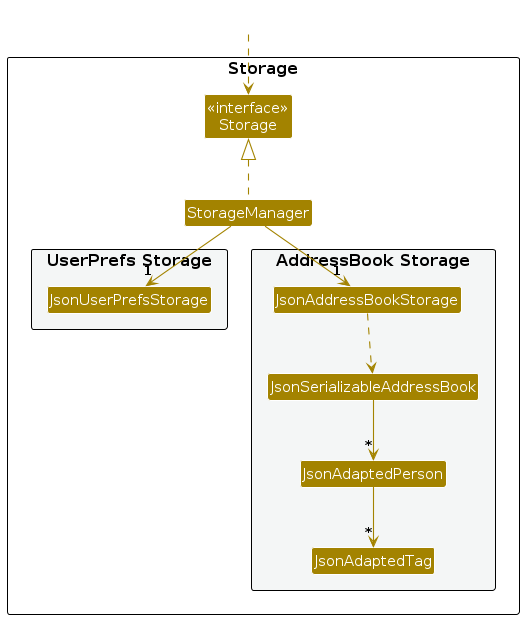
Above: diagrams/StorageClassDiagram.png in AY2627S1-CS2103T-F15-2/tp (PlantUML), before the change. Its source is kept beside it as diagrams/StorageClassDiagram.puml.
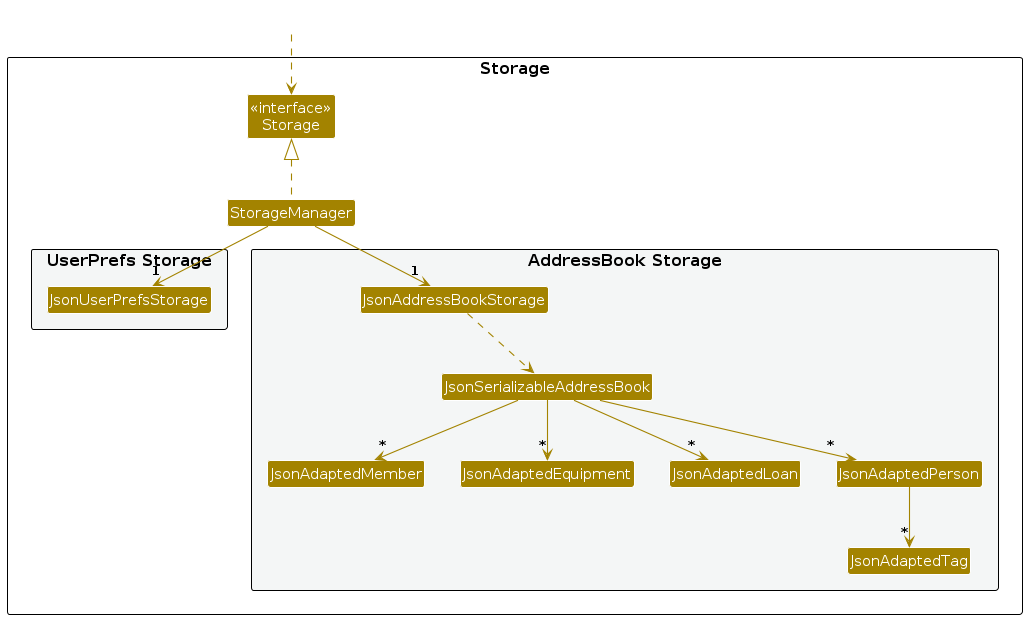
Later version of the same file.

Diff of the diagram source:
```diff
@@ -16,6 +16,9 @@
 package "AddressBook Storage" #F4F6F6{
 Class JsonAddressBookStorage
 Class JsonSerializableAddressBook
+Class JsonAdaptedMember
+Class JsonAdaptedEquipment
+Class JsonAdaptedLoan
 Class JsonAdaptedPerson
 Class JsonAdaptedTag
 }
@@ -30,6 +33,9 @@
 StorageManager -down-> "1" JsonAddressBookStorage
 
 JsonAddressBookStorage ..> JsonSerializableAddressBook
+JsonSerializableAddressBook --> "*" JsonAdaptedMember
+JsonSerializableAddressBook --> "*" JsonAdaptedEquipment
+JsonSerializableAddressBook --> "*" JsonAdaptedLoan
 JsonSerializableAddressBook --> "*" JsonAdaptedPerson
 JsonAdaptedPerson --> "*" JsonAdaptedTag
 
```
